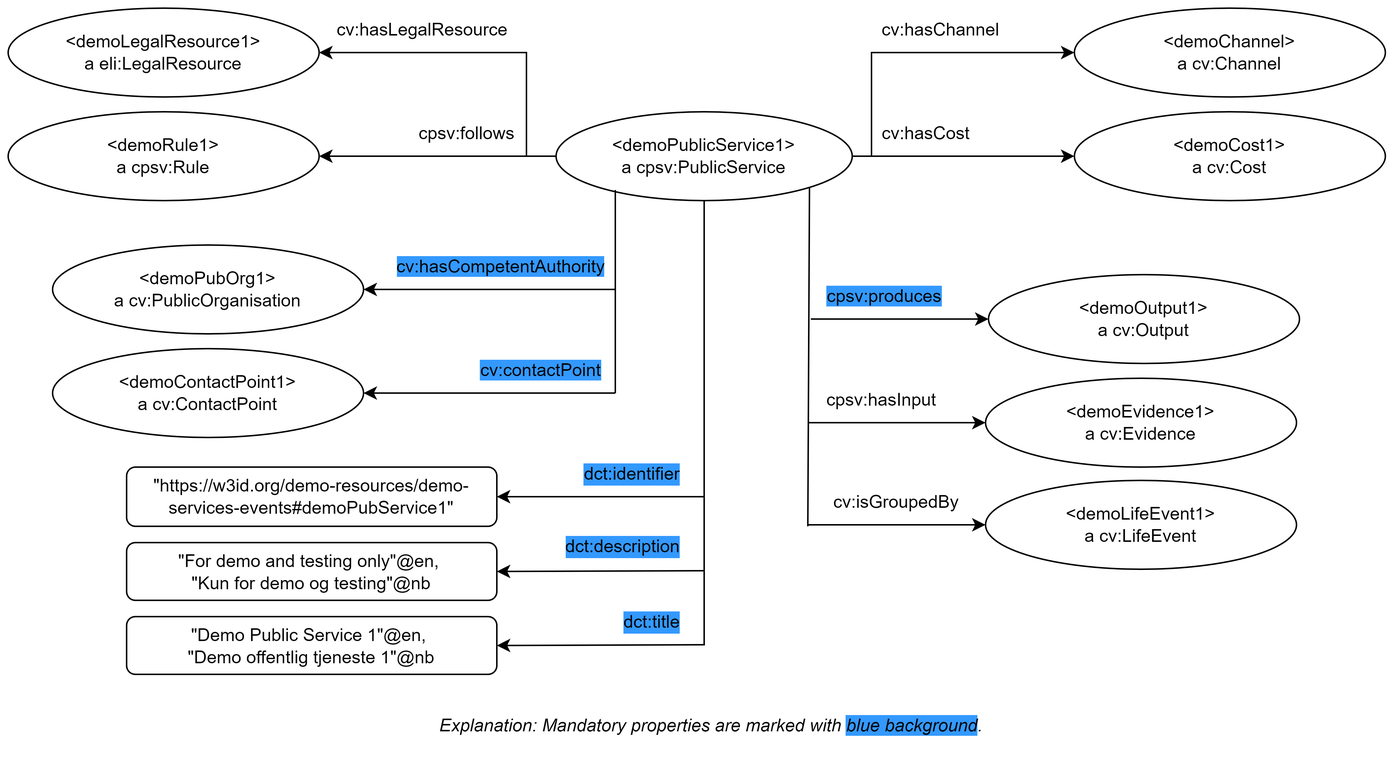
Earlier version of the draw.io export cpsv-ap-no/images/demoPublicService1-explanation.png (Informasjonsforvaltning/showroom). Source tidied: cells renumbered, new cells last; positions are measured from the earlier drawing's top-left corner, leaving out a move shared by most shapes. Source of this version:
```xml
<mxGraphModel>
  <root>
    <mxCell id="0" />
    <mxCell id="1" parent="0" />
    <mxCell id="2" value="&amp;lt;demoPublicService1&amp;gt;&lt;br&gt;a cpsv:PublicService" style="ellipse;whiteSpace=wrap;html=1;" parent="1" vertex="1">
      <mxGeometry x="370" y="70" width="200" height="60" as="geometry" />
    </mxCell>
    <mxCell id="3" value="&amp;lt;demoEvidence1&amp;gt;&lt;br&gt;a&amp;nbsp;cv:Evidence" style="ellipse;whiteSpace=wrap;html=1;" parent="1" vertex="1">
      <mxGeometry x="660" y="250" width="210" height="60" as="geometry" />
    </mxCell>
    <mxCell id="4" style="endArrow=classic;html=1;rounded=0;entryX=0;entryY=0.5;entryDx=0;entryDy=0;" parent="1" edge="1" target="3">
      <mxGeometry relative="1" as="geometry">
        <mxPoint x="540" y="280" as="sourcePoint" />
      </mxGeometry>
    </mxCell>
    <mxCell id="5" value="cpsv:hasInput" style="text;html=1;strokeColor=none;fillColor=none;align=center;verticalAlign=middle;whiteSpace=wrap;rounded=0;" parent="1" vertex="1">
      <mxGeometry x="560" y="250" width="60" height="30" as="geometry" />
    </mxCell>
    <mxCell id="6" value="&amp;lt;demoLifeEvent1&amp;gt;&lt;br&gt;a&amp;nbsp;cv:LifeEvent" style="ellipse;whiteSpace=wrap;html=1;" parent="1" vertex="1">
      <mxGeometry x="660" y="319" width="210" height="60" as="geometry" />
    </mxCell>
    <mxCell id="7" style="endArrow=classic;html=1;rounded=0;entryX=0;entryY=0.5;entryDx=0;entryDy=0;" parent="1" edge="1" target="6">
      <mxGeometry relative="1" as="geometry">
        <mxPoint x="540" y="349" as="sourcePoint" />
      </mxGeometry>
    </mxCell>
    <mxCell id="8" style="endArrow=none;html=1;rounded=0;exitX=1;exitY=1;exitDx=0;exitDy=0;" parent="1" edge="1" source="2">
      <mxGeometry relative="1" as="geometry">
        <mxPoint x="540" y="350" as="targetPoint" />
      </mxGeometry>
    </mxCell>
    <mxCell id="9" value="cv:isGroupedBy" style="text;html=1;strokeColor=none;fillColor=none;align=center;verticalAlign=middle;whiteSpace=wrap;rounded=0;" parent="1" vertex="1">
      <mxGeometry x="570" y="319" width="60" height="30" as="geometry" />
    </mxCell>
    <mxCell id="10" value="&amp;lt;demoOutput1&amp;gt;&lt;br&gt;a&amp;nbsp;cv:Output" style="ellipse;whiteSpace=wrap;html=1;" parent="1" vertex="1">
      <mxGeometry x="662" y="180" width="210" height="60" as="geometry" />
    </mxCell>
    <mxCell id="11" style="endArrow=classic;html=1;rounded=0;entryX=0;entryY=0.5;entryDx=0;entryDy=0;" parent="1" edge="1" target="10">
      <mxGeometry relative="1" as="geometry">
        <mxPoint x="542" y="210" as="sourcePoint" />
      </mxGeometry>
    </mxCell>
    <mxCell id="12" value="&lt;span style=&quot;background-color: rgb(51, 153, 255);&quot;&gt;cpsv:produces&lt;/span&gt;" style="text;html=1;strokeColor=none;fillColor=none;align=center;verticalAlign=middle;whiteSpace=wrap;rounded=0;" parent="1" vertex="1">
      <mxGeometry x="562" y="180" width="60" height="30" as="geometry" />
    </mxCell>
    <mxCell id="13" value="&amp;lt;demoPubOrg1&amp;gt;&lt;br&gt;a&amp;nbsp;cv:PublicOrganisation" style="ellipse;whiteSpace=wrap;html=1;" parent="1" vertex="1">
      <mxGeometry x="30" y="160" width="210" height="60" as="geometry" />
    </mxCell>
    <mxCell id="14" style="endArrow=classic;html=1;rounded=0;entryX=1;entryY=0.5;entryDx=0;entryDy=0;" parent="1" edge="1" target="13">
      <mxGeometry relative="1" as="geometry">
        <mxPoint x="410" y="190" as="sourcePoint" />
      </mxGeometry>
    </mxCell>
    <mxCell id="15" value="&lt;span style=&quot;background-color: rgb(51, 153, 255);&quot;&gt;cv:hasCompetentAuthority&lt;/span&gt;" style="text;html=1;strokeColor=none;fillColor=none;align=center;verticalAlign=middle;whiteSpace=wrap;rounded=0;" parent="1" vertex="1">
      <mxGeometry x="303" y="160" width="60" height="30" as="geometry" />
    </mxCell>
    <mxCell id="16" value="&amp;lt;demoContactPoint1&amp;gt;&lt;br&gt;a&amp;nbsp;cv:ContactPoint" style="ellipse;whiteSpace=wrap;html=1;" parent="1" vertex="1">
      <mxGeometry x="30" y="230" width="210" height="60" as="geometry" />
    </mxCell>
    <mxCell id="17" value="&lt;span style=&quot;background-color: rgb(51, 153, 255);&quot;&gt;cv:contactPoint&lt;/span&gt;" style="text;html=1;strokeColor=none;fillColor=none;align=center;verticalAlign=middle;whiteSpace=wrap;rounded=0;" parent="1" vertex="1">
      <mxGeometry x="330" y="230" width="60" height="30" as="geometry" />
    </mxCell>
    <mxCell id="18" style="endArrow=classic;html=1;rounded=0;entryX=1;entryY=0.5;entryDx=0;entryDy=0;" parent="1" edge="1" target="16">
      <mxGeometry relative="1" as="geometry">
        <mxPoint x="410" y="260" as="sourcePoint" />
      </mxGeometry>
    </mxCell>
    <mxCell id="19" value="&amp;lt;demoRule1&amp;gt;&lt;br&gt;a&amp;nbsp;cpsv:Rule" style="ellipse;whiteSpace=wrap;html=1;" parent="1" vertex="1">
      <mxGeometry y="70" width="210" height="60" as="geometry" />
    </mxCell>
    <mxCell id="20" style="endArrow=classic;html=1;rounded=0;entryX=1;entryY=0.5;entryDx=0;entryDy=0;exitX=0;exitY=0.5;exitDx=0;exitDy=0;" parent="1" edge="1" source="2" target="19">
      <mxGeometry relative="1" as="geometry" />
    </mxCell>
    <mxCell id="21" value="cpsv:follows" style="text;html=1;strokeColor=none;fillColor=none;align=center;verticalAlign=middle;whiteSpace=wrap;rounded=0;" parent="1" vertex="1">
      <mxGeometry x="280" y="70" width="60" height="30" as="geometry" />
    </mxCell>
    <mxCell id="22" value="&amp;lt;demoLegalResource1&amp;gt;&lt;br&gt;a&amp;nbsp;eli:LegalResource" style="ellipse;whiteSpace=wrap;html=1;" parent="1" vertex="1">
      <mxGeometry width="210" height="60" as="geometry" />
    </mxCell>
    <mxCell id="23" style="endArrow=classic;html=1;rounded=0;entryX=1;entryY=0.5;entryDx=0;entryDy=0;" parent="1" edge="1" target="22">
      <mxGeometry relative="1" as="geometry">
        <mxPoint x="350" y="100" as="sourcePoint" />
        <Array as="points">
          <mxPoint x="350" y="30" />
        </Array>
      </mxGeometry>
    </mxCell>
    <mxCell id="24" value="cv:hasLegalResource" style="text;html=1;strokeColor=none;fillColor=none;align=center;verticalAlign=middle;whiteSpace=wrap;rounded=0;" parent="1" vertex="1">
      <mxGeometry x="250" width="60" height="30" as="geometry" />
    </mxCell>
    <mxCell id="25" value="&amp;lt;demoChannel&amp;gt;&lt;br&gt;a&amp;nbsp;cv:Channel" style="ellipse;whiteSpace=wrap;html=1;" parent="1" vertex="1">
      <mxGeometry x="720" width="210" height="60" as="geometry" />
    </mxCell>
    <mxCell id="26" style="endArrow=classic;html=1;rounded=0;entryX=0;entryY=0.5;entryDx=0;entryDy=0;" parent="1" edge="1" target="25">
      <mxGeometry relative="1" as="geometry">
        <mxPoint x="583" y="100" as="sourcePoint" />
        <Array as="points">
          <mxPoint x="583" y="30" />
        </Array>
      </mxGeometry>
    </mxCell>
    <mxCell id="27" value="cv:hasChannel" style="text;html=1;strokeColor=none;fillColor=none;align=center;verticalAlign=middle;whiteSpace=wrap;rounded=0;" parent="1" vertex="1">
      <mxGeometry x="600" width="60" height="30" as="geometry" />
    </mxCell>
    <mxCell id="28" value="&amp;lt;demoCost1&amp;gt;&lt;br&gt;a&amp;nbsp;cv:Cost" style="ellipse;whiteSpace=wrap;html=1;" parent="1" vertex="1">
      <mxGeometry x="720" y="70" width="210" height="60" as="geometry" />
    </mxCell>
    <mxCell id="29" value="cv:hasCost" style="text;html=1;strokeColor=none;fillColor=none;align=center;verticalAlign=middle;whiteSpace=wrap;rounded=0;" parent="1" vertex="1">
      <mxGeometry x="590" y="70" width="60" height="30" as="geometry" />
    </mxCell>
    <mxCell id="30" style="endArrow=classic;html=1;rounded=0;entryX=0;entryY=0.5;entryDx=0;entryDy=0;exitX=1;exitY=0.5;exitDx=0;exitDy=0;" parent="1" edge="1" source="2" target="28">
      <mxGeometry relative="1" as="geometry" />
    </mxCell>
    <mxCell id="31" style="endArrow=none;html=1;rounded=0;exitX=0.2;exitY=0.881;exitDx=0;exitDy=0;exitPerimeter=0;" parent="1" edge="1" source="2">
      <mxGeometry relative="1" as="geometry">
        <mxPoint x="410" y="260" as="targetPoint" />
      </mxGeometry>
    </mxCell>
    <mxCell id="32" value="&quot;https://w3id.org/demo-resources/demo-services-events#demoPubService1&quot;" style="rounded=1;whiteSpace=wrap;html=1;" parent="1" vertex="1">
      <mxGeometry x="80" y="310" width="250" height="40" as="geometry" />
    </mxCell>
    <mxCell id="33" value="&quot;For demo and testing only&quot;@en,&amp;nbsp;&lt;br&gt;&quot;Kun for demo og testing&quot;@nb" style="rounded=1;whiteSpace=wrap;html=1;" parent="1" vertex="1">
      <mxGeometry x="80" y="361" width="250" height="39" as="geometry" />
    </mxCell>
    <mxCell id="34" value="&quot;Demo Public Service 1&quot;@en,&amp;nbsp;&lt;br&gt;&quot;Demo offentlig tjeneste 1&quot;@nb" style="rounded=1;whiteSpace=wrap;html=1;" parent="1" vertex="1">
      <mxGeometry x="80" y="411" width="250" height="39" as="geometry" />
    </mxCell>
    <mxCell id="35" style="endArrow=classic;html=1;rounded=0;exitX=0.5;exitY=1;exitDx=0;exitDy=0;entryX=1;entryY=0.5;entryDx=0;entryDy=0;" parent="1" edge="1" source="2" target="34">
      <mxGeometry relative="1" as="geometry">
        <Array as="points">
          <mxPoint x="470" y="430" />
        </Array>
      </mxGeometry>
    </mxCell>
    <mxCell id="36" value="dct:title" style="text;html=1;strokeColor=none;fillColor=none;align=right;verticalAlign=middle;whiteSpace=wrap;rounded=0;labelBackgroundColor=#3399FF;" parent="1" vertex="1">
      <mxGeometry x="396" y="400" width="60" height="30" as="geometry" />
    </mxCell>
    <mxCell id="37" style="endArrow=classic;html=1;rounded=0;entryX=1;entryY=0.5;entryDx=0;entryDy=0;" parent="1" edge="1" target="33">
      <mxGeometry relative="1" as="geometry">
        <mxPoint x="470" y="380" as="sourcePoint" />
      </mxGeometry>
    </mxCell>
    <mxCell id="38" style="endArrow=classic;html=1;rounded=0;" parent="1" edge="1" target="32">
      <mxGeometry relative="1" as="geometry">
        <mxPoint x="470" y="330" as="sourcePoint" />
      </mxGeometry>
    </mxCell>
    <mxCell id="39" value="dct:description" style="text;html=1;strokeColor=none;fillColor=none;align=right;verticalAlign=middle;whiteSpace=wrap;rounded=0;labelBackgroundColor=#3399FF;" parent="1" vertex="1">
      <mxGeometry x="396" y="349" width="60" height="30" as="geometry" />
    </mxCell>
    <mxCell id="40" value="dct:identifier" style="text;html=1;strokeColor=none;fillColor=none;align=right;verticalAlign=middle;whiteSpace=wrap;rounded=0;labelBackgroundColor=#3399FF;" parent="1" vertex="1">
      <mxGeometry x="396" y="300" width="60" height="30" as="geometry" />
    </mxCell>
    <mxCell id="41" value="&lt;i&gt;Explanation: Mandatory properties are marked with &lt;span style=&quot;background-color: rgb(51, 153, 255);&quot;&gt;blue background&lt;/span&gt;.&lt;/i&gt;" style="text;html=1;strokeColor=none;fillColor=none;align=center;verticalAlign=middle;whiteSpace=wrap;rounded=0;" parent="1" vertex="1">
      <mxGeometry x="200" y="470" width="550" height="30" as="geometry" />
    </mxCell>
  </root>
</mxGraphModel>
```
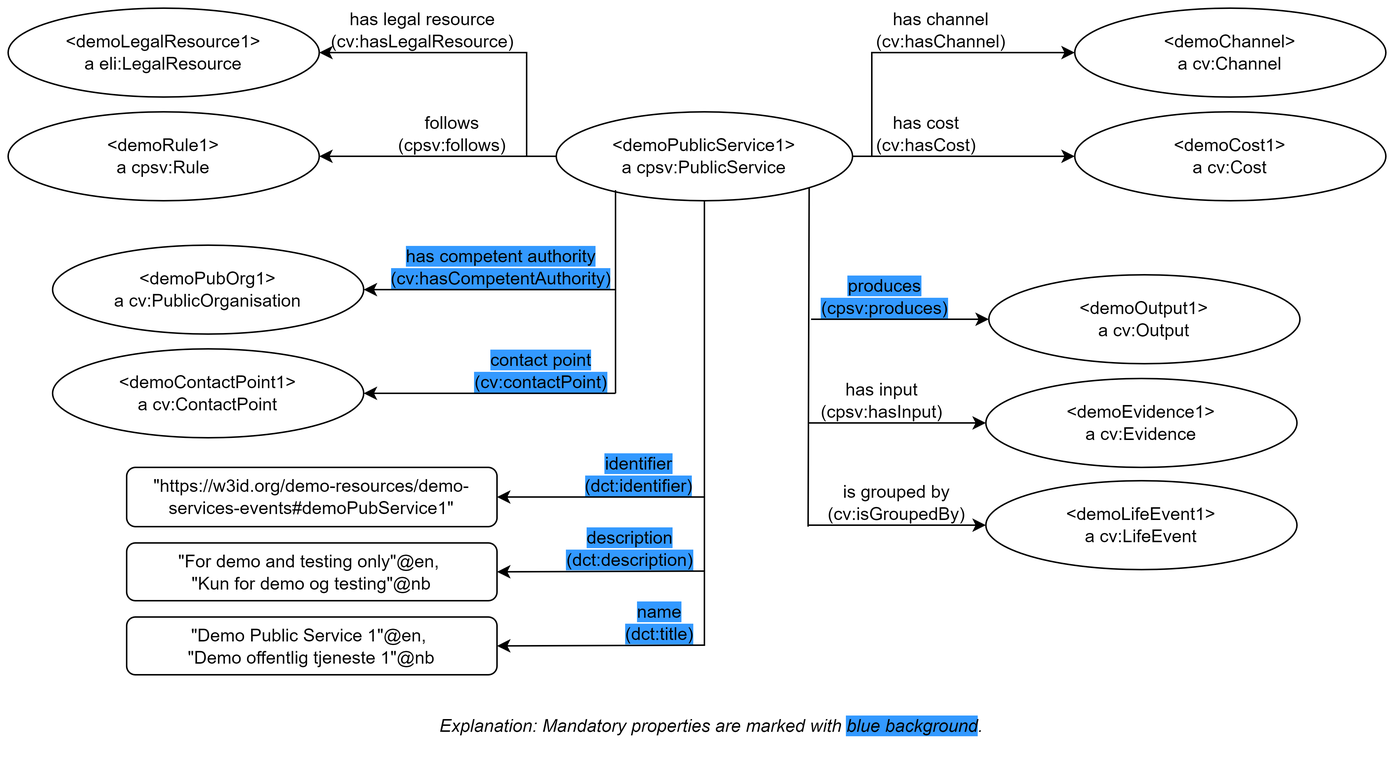
The same file after the commit.

Change to the diagram source:
```diff
@@ -13,7 +13,7 @@
         <mxPoint x="540" y="280" as="sourcePoint" />
       </mxGeometry>
     </mxCell>
-    <mxCell id="5" value="cpsv:hasInput" style="text;html=1;strokeColor=none;fillColor=none;align=center;verticalAlign=middle;whiteSpace=wrap;rounded=0;" parent="1" vertex="1">
+    <mxCell id="5" value="has input&lt;br&gt;(cpsv:hasInput)" style="text;html=1;strokeColor=none;fillColor=none;align=center;verticalAlign=middle;whiteSpace=wrap;rounded=0;" parent="1" vertex="1">
       <mxGeometry x="560" y="250" width="60" height="30" as="geometry" />
     </mxCell>
     <mxCell id="6" value="&amp;lt;demoLifeEvent1&amp;gt;&lt;br&gt;a&amp;nbsp;cv:LifeEvent" style="ellipse;whiteSpace=wrap;html=1;" parent="1" vertex="1">
@@ -29,7 +29,7 @@
         <mxPoint x="540" y="350" as="targetPoint" />
       </mxGeometry>
     </mxCell>
-    <mxCell id="9" value="cv:isGroupedBy" style="text;html=1;strokeColor=none;fillColor=none;align=center;verticalAlign=middle;whiteSpace=wrap;rounded=0;" parent="1" vertex="1">
+    <mxCell id="9" value="is grouped by&lt;br&gt;(cv:isGroupedBy)" style="text;html=1;strokeColor=none;fillColor=none;align=center;verticalAlign=middle;whiteSpace=wrap;rounded=0;" parent="1" vertex="1">
       <mxGeometry x="570" y="319" width="60" height="30" as="geometry" />
     </mxCell>
     <mxCell id="10" value="&amp;lt;demoOutput1&amp;gt;&lt;br&gt;a&amp;nbsp;cv:Output" style="ellipse;whiteSpace=wrap;html=1;" parent="1" vertex="1">
@@ -40,7 +40,7 @@
         <mxPoint x="542" y="210" as="sourcePoint" />
       </mxGeometry>
     </mxCell>
-    <mxCell id="12" value="&lt;span style=&quot;background-color: rgb(51, 153, 255);&quot;&gt;cpsv:produces&lt;/span&gt;" style="text;html=1;strokeColor=none;fillColor=none;align=center;verticalAlign=middle;whiteSpace=wrap;rounded=0;" parent="1" vertex="1">
+    <mxCell id="12" value="&lt;span style=&quot;background-color: rgb(51, 153, 255);&quot;&gt;produces&lt;br&gt;(cpsv:produces)&lt;/span&gt;" style="text;html=1;strokeColor=none;fillColor=none;align=center;verticalAlign=middle;whiteSpace=wrap;rounded=0;" parent="1" vertex="1">
       <mxGeometry x="562" y="180" width="60" height="30" as="geometry" />
     </mxCell>
     <mxCell id="13" value="&amp;lt;demoPubOrg1&amp;gt;&lt;br&gt;a&amp;nbsp;cv:PublicOrganisation" style="ellipse;whiteSpace=wrap;html=1;" parent="1" vertex="1">
@@ -51,13 +51,13 @@
         <mxPoint x="410" y="190" as="sourcePoint" />
       </mxGeometry>
     </mxCell>
-    <mxCell id="15" value="&lt;span style=&quot;background-color: rgb(51, 153, 255);&quot;&gt;cv:hasCompetentAuthority&lt;/span&gt;" style="text;html=1;strokeColor=none;fillColor=none;align=center;verticalAlign=middle;whiteSpace=wrap;rounded=0;" parent="1" vertex="1">
+    <mxCell id="15" value="&lt;span style=&quot;background-color: rgb(51, 153, 255);&quot;&gt;has competent authority&lt;br&gt;(cv:hasCompetentAuthority)&lt;/span&gt;" style="text;html=1;strokeColor=none;fillColor=none;align=center;verticalAlign=middle;whiteSpace=wrap;rounded=0;" parent="1" vertex="1">
       <mxGeometry x="303" y="160" width="60" height="30" as="geometry" />
     </mxCell>
     <mxCell id="16" value="&amp;lt;demoContactPoint1&amp;gt;&lt;br&gt;a&amp;nbsp;cv:ContactPoint" style="ellipse;whiteSpace=wrap;html=1;" parent="1" vertex="1">
       <mxGeometry x="30" y="230" width="210" height="60" as="geometry" />
     </mxCell>
-    <mxCell id="17" value="&lt;span style=&quot;background-color: rgb(51, 153, 255);&quot;&gt;cv:contactPoint&lt;/span&gt;" style="text;html=1;strokeColor=none;fillColor=none;align=center;verticalAlign=middle;whiteSpace=wrap;rounded=0;" parent="1" vertex="1">
+    <mxCell id="17" value="&lt;span style=&quot;background-color: rgb(51, 153, 255);&quot;&gt;contact point&lt;br&gt;(cv:contactPoint)&lt;/span&gt;" style="text;html=1;strokeColor=none;fillColor=none;align=center;verticalAlign=middle;whiteSpace=wrap;rounded=0;" parent="1" vertex="1">
       <mxGeometry x="330" y="230" width="60" height="30" as="geometry" />
     </mxCell>
     <mxCell id="18" style="endArrow=classic;html=1;rounded=0;entryX=1;entryY=0.5;entryDx=0;entryDy=0;" parent="1" edge="1" target="16">
@@ -71,8 +71,8 @@
     <mxCell id="20" style="endArrow=classic;html=1;rounded=0;entryX=1;entryY=0.5;entryDx=0;entryDy=0;exitX=0;exitY=0.5;exitDx=0;exitDy=0;" parent="1" edge="1" source="2" target="19">
       <mxGeometry relative="1" as="geometry" />
     </mxCell>
-    <mxCell id="21" value="cpsv:follows" style="text;html=1;strokeColor=none;fillColor=none;align=center;verticalAlign=middle;whiteSpace=wrap;rounded=0;" parent="1" vertex="1">
-      <mxGeometry x="280" y="70" width="60" height="30" as="geometry" />
+    <mxCell id="21" value="follows&lt;br&gt;(cpsv:follows)" style="text;html=1;strokeColor=none;fillColor=none;align=center;verticalAlign=middle;whiteSpace=wrap;rounded=0;" parent="1" vertex="1">
+      <mxGeometry x="270" y="70" width="60" height="30" as="geometry" />
     </mxCell>
     <mxCell id="22" value="&amp;lt;demoLegalResource1&amp;gt;&lt;br&gt;a&amp;nbsp;eli:LegalResource" style="ellipse;whiteSpace=wrap;html=1;" parent="1" vertex="1">
       <mxGeometry width="210" height="60" as="geometry" />
@@ -85,7 +85,7 @@
         </Array>
       </mxGeometry>
     </mxCell>
-    <mxCell id="24" value="cv:hasLegalResource" style="text;html=1;strokeColor=none;fillColor=none;align=center;verticalAlign=middle;whiteSpace=wrap;rounded=0;" parent="1" vertex="1">
+    <mxCell id="24" value="has legal resource&lt;br&gt;(cv:hasLegalResource)" style="text;html=1;strokeColor=none;fillColor=none;align=center;verticalAlign=middle;whiteSpace=wrap;rounded=0;" parent="1" vertex="1">
       <mxGeometry x="250" width="60" height="30" as="geometry" />
     </mxCell>
     <mxCell id="25" value="&amp;lt;demoChannel&amp;gt;&lt;br&gt;a&amp;nbsp;cv:Channel" style="ellipse;whiteSpace=wrap;html=1;" parent="1" vertex="1">
@@ -99,13 +99,13 @@
         </Array>
       </mxGeometry>
     </mxCell>
-    <mxCell id="27" value="cv:hasChannel" style="text;html=1;strokeColor=none;fillColor=none;align=center;verticalAlign=middle;whiteSpace=wrap;rounded=0;" parent="1" vertex="1">
+    <mxCell id="27" value="has channel&lt;br&gt;(cv:hasChannel)" style="text;html=1;strokeColor=none;fillColor=none;align=center;verticalAlign=middle;whiteSpace=wrap;rounded=0;" parent="1" vertex="1">
       <mxGeometry x="600" width="60" height="30" as="geometry" />
     </mxCell>
     <mxCell id="28" value="&amp;lt;demoCost1&amp;gt;&lt;br&gt;a&amp;nbsp;cv:Cost" style="ellipse;whiteSpace=wrap;html=1;" parent="1" vertex="1">
       <mxGeometry x="720" y="70" width="210" height="60" as="geometry" />
     </mxCell>
-    <mxCell id="29" value="cv:hasCost" style="text;html=1;strokeColor=none;fillColor=none;align=center;verticalAlign=middle;whiteSpace=wrap;rounded=0;" parent="1" vertex="1">
+    <mxCell id="29" value="has cost&lt;br&gt;(cv:hasCost)" style="text;html=1;strokeColor=none;fillColor=none;align=center;verticalAlign=middle;whiteSpace=wrap;rounded=0;" parent="1" vertex="1">
       <mxGeometry x="590" y="70" width="60" height="30" as="geometry" />
     </mxCell>
     <mxCell id="30" style="endArrow=classic;html=1;rounded=0;entryX=0;entryY=0.5;entryDx=0;entryDy=0;exitX=1;exitY=0.5;exitDx=0;exitDy=0;" parent="1" edge="1" source="2" target="28">
@@ -132,8 +132,8 @@
         </Array>
       </mxGeometry>
     </mxCell>
-    <mxCell id="36" value="dct:title" style="text;html=1;strokeColor=none;fillColor=none;align=right;verticalAlign=middle;whiteSpace=wrap;rounded=0;labelBackgroundColor=#3399FF;" parent="1" vertex="1">
-      <mxGeometry x="396" y="400" width="60" height="30" as="geometry" />
+    <mxCell id="36" value="&lt;span style=&quot;background-color: rgb(51, 153, 255);&quot;&gt;name&lt;br&gt;(dct:title)&lt;/span&gt;" style="text;html=1;strokeColor=none;fillColor=none;align=center;verticalAlign=middle;whiteSpace=wrap;rounded=0;labelBackgroundColor=none;" parent="1" vertex="1">
+      <mxGeometry x="410" y="400" width="60" height="30" as="geometry" />
     </mxCell>
     <mxCell id="37" style="endArrow=classic;html=1;rounded=0;entryX=1;entryY=0.5;entryDx=0;entryDy=0;" parent="1" edge="1" target="33">
       <mxGeometry relative="1" as="geometry">
@@ -145,10 +145,10 @@
         <mxPoint x="470" y="330" as="sourcePoint" />
       </mxGeometry>
     </mxCell>
-    <mxCell id="39" value="dct:description" style="text;html=1;strokeColor=none;fillColor=none;align=right;verticalAlign=middle;whiteSpace=wrap;rounded=0;labelBackgroundColor=#3399FF;" parent="1" vertex="1">
-      <mxGeometry x="396" y="349" width="60" height="30" as="geometry" />
+    <mxCell id="39" value="&lt;span style=&quot;background-color: rgb(51, 153, 255);&quot;&gt;description&lt;br&gt;(dct:description)&lt;/span&gt;" style="text;html=1;strokeColor=none;fillColor=none;align=center;verticalAlign=middle;whiteSpace=wrap;rounded=0;labelBackgroundColor=none;" parent="1" vertex="1">
+      <mxGeometry x="390" y="350" width="60" height="30" as="geometry" />
     </mxCell>
-    <mxCell id="40" value="dct:identifier" style="text;html=1;strokeColor=none;fillColor=none;align=right;verticalAlign=middle;whiteSpace=wrap;rounded=0;labelBackgroundColor=#3399FF;" parent="1" vertex="1">
+    <mxCell id="40" value="&lt;div&gt; &lt;/div&gt;&lt;div&gt;&lt;span style=&quot;background-color: rgb(51, 153, 255);&quot;&gt;identifier&lt;/span&gt;&lt;/div&gt;&lt;span style=&quot;background-color: rgb(51, 153, 255);&quot;&gt;(dct:identifier)&lt;/span&gt;" style="text;html=1;strokeColor=none;fillColor=none;align=center;verticalAlign=middle;whiteSpace=wrap;rounded=0;labelBackgroundColor=none;" parent="1" vertex="1">
       <mxGeometry x="396" y="300" width="60" height="30" as="geometry" />
     </mxCell>
     <mxCell id="41" value="&lt;i&gt;Explanation: Mandatory properties are marked with &lt;span style=&quot;background-color: rgb(51, 153, 255);&quot;&gt;blue background&lt;/span&gt;.&lt;/i&gt;" style="text;html=1;strokeColor=none;fillColor=none;align=center;verticalAlign=middle;whiteSpace=wrap;rounded=0;" parent="1" vertex="1">
```
